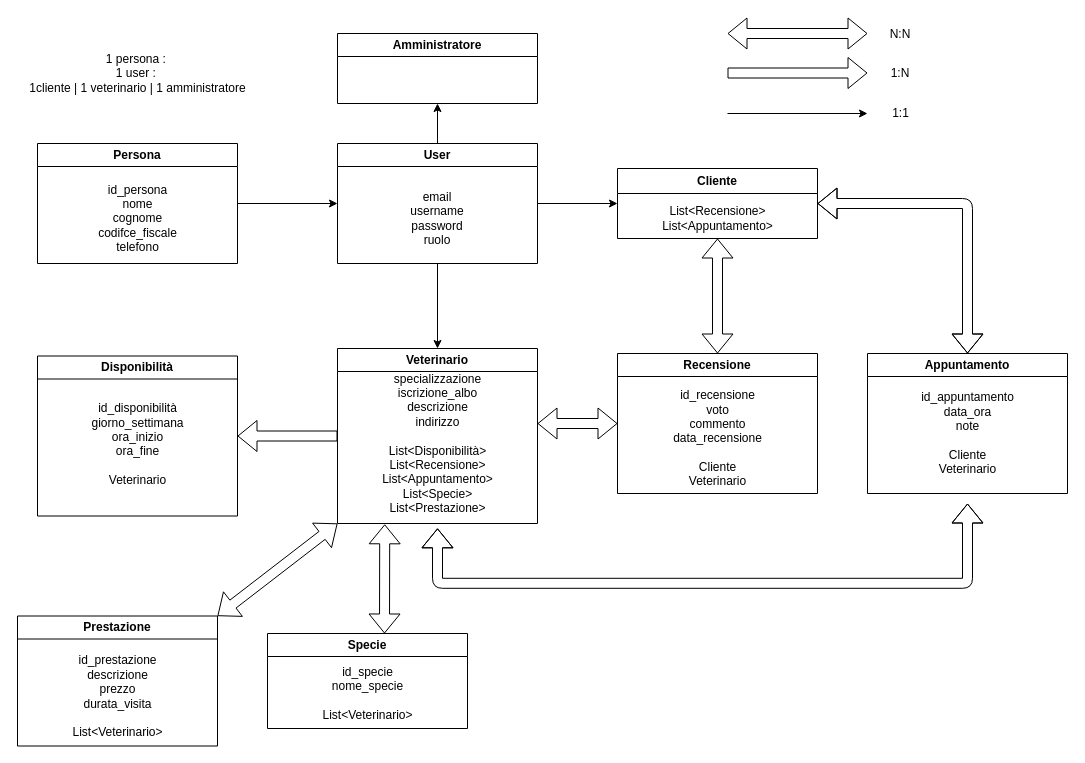
Above: models.drawio in Tidal-Group/PawPal (draw.io), before the change. Source tidied: cells renumbered, new cells numbered last; positions are measured from the earlier drawing's top-left corner, leaving out a move shared by most shapes. Both pictures are drawn from the tidied source at 100%, with x=0, y=0 at pixel (17, 19).
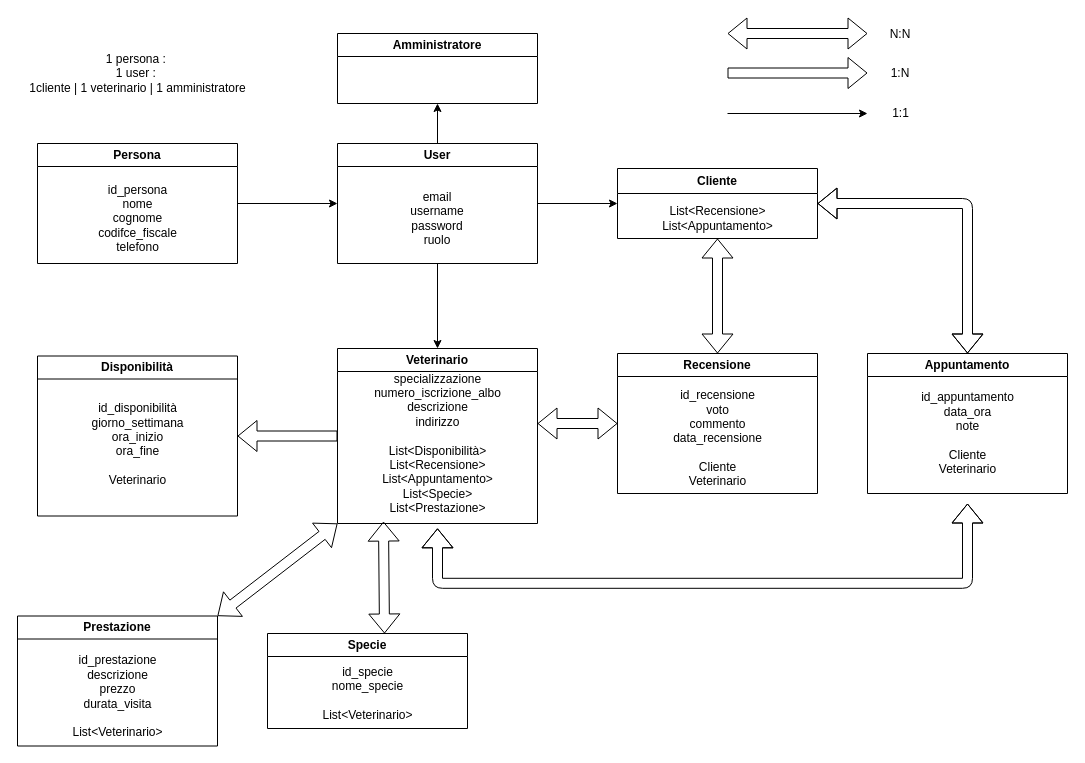
The same diagram, later.

Unchanged cells that the change refers to:
```xml
<mxCell id="12" value="Veterinario" style="swimlane;whiteSpace=wrap;html=1;" parent="1" vertex="1">
  <mxGeometry x="320" y="329" width="200" height="175" as="geometry" />
</mxCell>
```

What changed in the source:
```diff
@@
-    <mxCell id="13" value="&lt;div&gt;specializzazione&lt;/div&gt;&lt;div&gt;iscrizione_albo&lt;/div&gt;&lt;div&gt;descrizione&lt;/div&gt;&lt;div&gt;indirizzo&lt;/div&gt;&lt;div&gt;&lt;br&gt;&lt;/div&gt;&lt;div&gt;List&amp;lt;Disponibilità&amp;gt;&lt;/div&gt;&lt;div&gt;List&amp;lt;Recensione&amp;gt;&lt;/div&gt;&lt;div&gt;List&amp;lt;Appuntamento&amp;gt;&lt;/div&gt;&lt;div&gt;List&amp;lt;Specie&amp;gt;&lt;/div&gt;&lt;div&gt;List&amp;lt;Prestazione&amp;gt;&lt;/div&gt;" style="text;html=1;align=center;verticalAlign=middle;points=[];strokeColor=none;fillColor=none;" parent="12" vertex="1">
-      <mxGeometry x="35" y="15" width="130" height="160" as="geometry" />
+    <mxCell id="13" value="&lt;div&gt;specializzazione&lt;/div&gt;&lt;div&gt;numero_iscrizione_albo&lt;/div&gt;&lt;div&gt;descrizione&lt;/div&gt;&lt;div&gt;indirizzo&lt;/div&gt;&lt;div&gt;&lt;br&gt;&lt;/div&gt;&lt;div&gt;List&amp;lt;Disponibilità&amp;gt;&lt;/div&gt;&lt;div&gt;List&amp;lt;Recensione&amp;gt;&lt;/div&gt;&lt;div&gt;List&amp;lt;Appuntamento&amp;gt;&lt;/div&gt;&lt;div&gt;List&amp;lt;Specie&amp;gt;&lt;/div&gt;&lt;div&gt;List&amp;lt;Prestazione&amp;gt;&lt;/div&gt;" style="text;html=1;align=center;verticalAlign=middle;points=[];strokeColor=none;fillColor=none;" parent="12" vertex="1">
+      <mxGeometry x="25" y="15" width="150" height="160" as="geometry" />
     </mxCell>
@@
-    <mxCell id="30" style="shape=flexArrow;endArrow=classic;startArrow=classic;html=1;entryX=0.094;entryY=1.005;entryDx=0;entryDy=0;entryPerimeter=0;" parent="1" edge="1" target="13">
+    <mxCell id="30" style="shape=flexArrow;endArrow=classic;startArrow=classic;html=1;entryX=0.14;entryY=0.988;entryDx=0;entryDy=0;entryPerimeter=0;" parent="1" edge="1" target="13">
       <mxGeometry relative="1" as="geometry">
         <mxPoint x="367" y="614" as="sourcePoint" />
       </mxGeometry>
     </mxCell>
```
